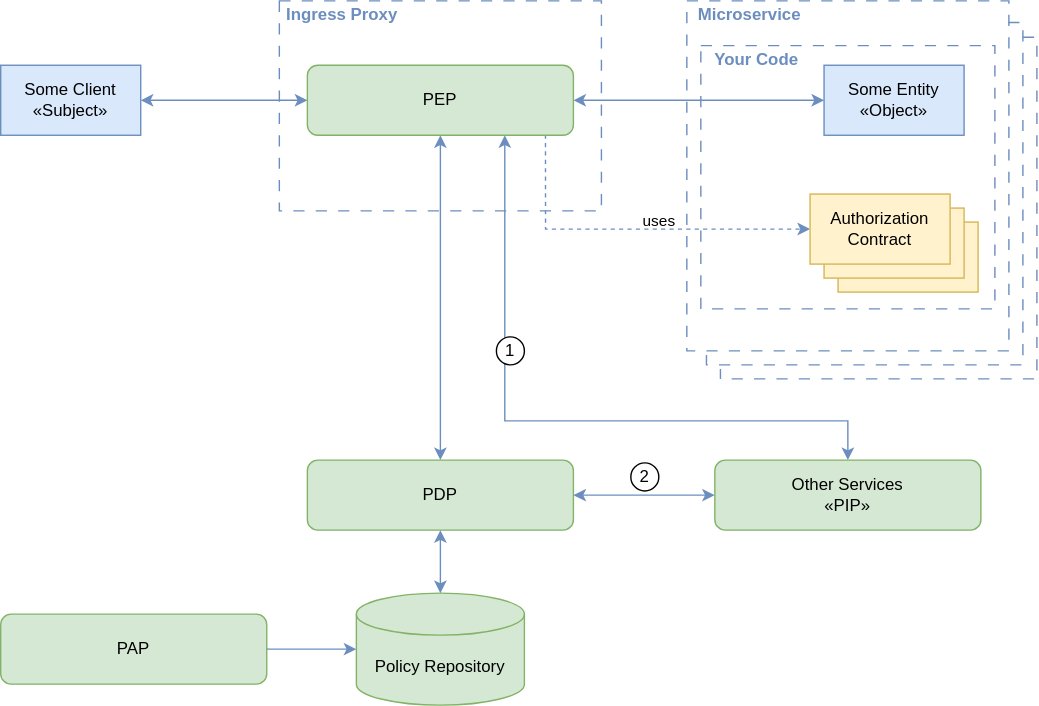
This is assets/Edge_Level_Authorization_Modern.svg from dadrus/CheatSheetSeries, a draw.io export, as it was before one commit. Source tidied: cells renumbered, new cells last; positions are measured from the earlier drawing's top-left corner, leaving out a move shared by most shapes.
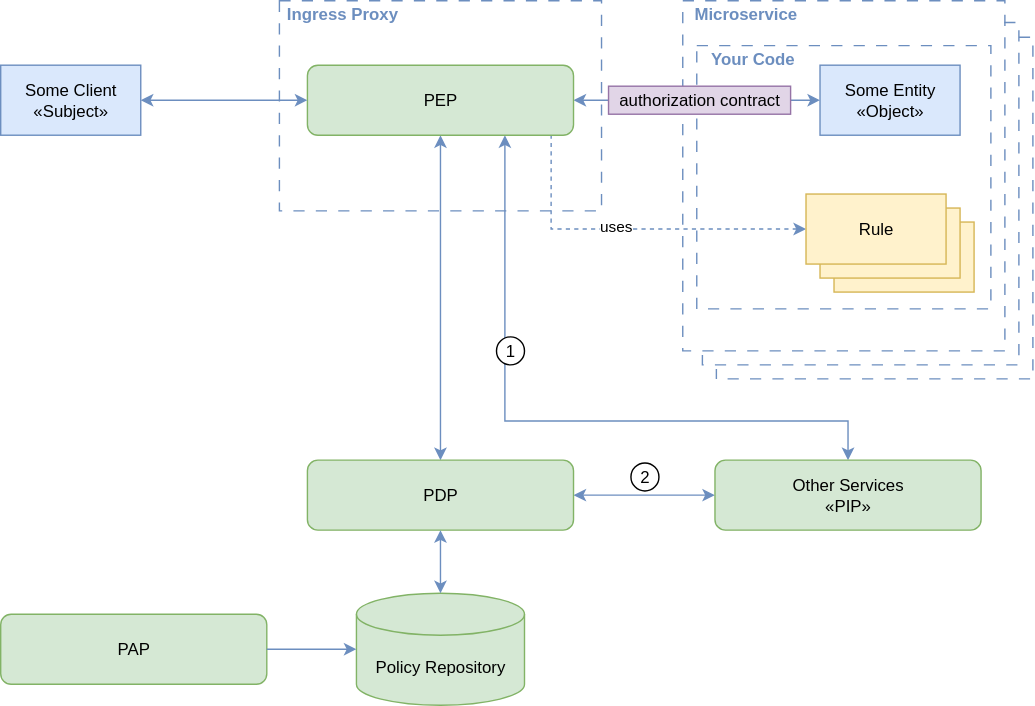
The same file after the commit.

Commit message:
diagram for edge-level authz modern updated

Change to the diagram source:
```diff
@@ -4,38 +4,38 @@
     <mxCell id="1" parent="0" />
     <mxCell id="2" style="edgeStyle=orthogonalEdgeStyle;rounded=0;orthogonalLoop=1;jettySize=auto;html=1;entryX=0.061;entryY=1.012;entryDx=0;entryDy=0;entryPerimeter=0;exitX=0.998;exitY=0.062;exitDx=0;exitDy=0;exitPerimeter=0;endArrow=none;startFill=0;fillColor=#dae8fc;strokeColor=#6c8ebf;dashed=1;dashPattern=8 8;" parent="1" edge="1">
       <mxGeometry relative="1" as="geometry">
-        <mxPoint x="730" y="26" as="sourcePoint" />
-        <mxPoint x="514" y="263" as="targetPoint" />
+        <mxPoint x="727" y="26" as="sourcePoint" />
+        <mxPoint x="511" y="263" as="targetPoint" />
         <Array as="points">
-          <mxPoint x="740" y="26" />
-          <mxPoint x="740" y="270" />
-          <mxPoint x="514" y="270" />
+          <mxPoint x="737" y="26" />
+          <mxPoint x="737" y="270" />
+          <mxPoint x="511" y="270" />
         </Array>
       </mxGeometry>
     </mxCell>
     <mxCell id="3" style="edgeStyle=orthogonalEdgeStyle;rounded=0;orthogonalLoop=1;jettySize=auto;html=1;entryX=0.061;entryY=1.012;entryDx=0;entryDy=0;entryPerimeter=0;exitX=0.998;exitY=0.062;exitDx=0;exitDy=0;exitPerimeter=0;endArrow=none;startFill=0;fillColor=#dae8fc;strokeColor=#6c8ebf;dashed=1;dashPattern=8 8;" parent="1" edge="1" source="4" target="4">
       <mxGeometry relative="1" as="geometry">
         <Array as="points">
-          <mxPoint x="730" y="16" />
-          <mxPoint x="730" y="260" />
-          <mxPoint x="504" y="260" />
+          <mxPoint x="727" y="16" />
+          <mxPoint x="727" y="260" />
+          <mxPoint x="501" y="260" />
         </Array>
       </mxGeometry>
     </mxCell>
     <mxCell id="4" style="rounded=0;whiteSpace=wrap;html=1;fillColor=none;strokeColor=#6c8ebf;dashed=1;dashPattern=8 8;" parent="1" vertex="1">
-      <mxGeometry x="490" width="230" height="250" as="geometry" />
+      <mxGeometry x="487" width="230" height="250" as="geometry" />
     </mxCell>
     <mxCell id="5" style="rounded=0;whiteSpace=wrap;html=1;fillColor=none;strokeColor=#6c8ebf;dashed=1;dashPattern=8 8;" parent="1" vertex="1">
-      <mxGeometry x="500" y="32" width="210" height="188" as="geometry" />
+      <mxGeometry x="497" y="32" width="210" height="188" as="geometry" />
     </mxCell>
     <mxCell id="6" style="rounded=0;whiteSpace=wrap;html=1;fillColor=none;strokeColor=#6c8ebf;dashed=1;dashPattern=8 8;" parent="1" vertex="1">
       <mxGeometry x="199" width="230" height="150" as="geometry" />
     </mxCell>
     <mxCell id="7" value="Authorization Contract" style="rounded=0;whiteSpace=wrap;html=1;fillColor=#fff2cc;strokeColor=#d6b656;" parent="1" vertex="1">
-      <mxGeometry x="598" y="158" width="100" height="50" as="geometry" />
+      <mxGeometry x="595" y="158" width="100" height="50" as="geometry" />
     </mxCell>
     <mxCell id="8" value="Authorization Contract" style="rounded=0;whiteSpace=wrap;html=1;fillColor=#fff2cc;strokeColor=#d6b656;" parent="1" vertex="1">
-      <mxGeometry x="588" y="148" width="100" height="50" as="geometry" />
+      <mxGeometry x="585" y="148" width="100" height="50" as="geometry" />
     </mxCell>
     <mxCell id="9" style="edgeStyle=orthogonalEdgeStyle;rounded=0;jettySize=auto;html=1;entryX=0.5;entryY=0;entryDx=0;entryDy=0;startArrow=classic;startFill=1;fillColor=#dae8fc;strokeColor=#6c8ebf;" parent="1" edge="1" source="14" target="19">
       <mxGeometry relative="1" as="geometry" />
@@ -43,12 +43,12 @@
     <mxCell id="10" style="edgeStyle=orthogonalEdgeStyle;rounded=0;jettySize=auto;html=1;entryX=0;entryY=0.5;entryDx=0;entryDy=0;startArrow=classic;startFill=1;fillColor=#dae8fc;strokeColor=#6c8ebf;" parent="1" edge="1" source="14" target="17">
       <mxGeometry relative="1" as="geometry" />
     </mxCell>
-    <mxCell id="11" style="edgeStyle=orthogonalEdgeStyle;rounded=0;jettySize=auto;html=1;entryX=0;entryY=0.5;entryDx=0;entryDy=0;exitX=0.895;exitY=0.99;exitDx=0;exitDy=0;dashed=1;fillColor=#dae8fc;strokeColor=#6c8ebf;exitPerimeter=0;" parent="1" edge="1" source="14" target="28">
+    <mxCell id="11" style="edgeStyle=orthogonalEdgeStyle;rounded=0;jettySize=auto;html=1;entryX=0;entryY=0.5;entryDx=0;entryDy=0;exitX=0.916;exitY=0.99;exitDx=0;exitDy=0;dashed=1;fillColor=#dae8fc;strokeColor=#6c8ebf;exitPerimeter=0;" parent="1" edge="1" source="14" target="28">
       <mxGeometry relative="1" as="geometry" />
     </mxCell>
-    <mxCell id="12" value="uses" style="edgeLabel;html=1;align=center;verticalAlign=middle;labelBackgroundColor=none;" parent="11" vertex="1">
-      <mxGeometry x="-0.38" y="2" relative="1" as="geometry">
-        <mxPoint x="68" y="-5" as="offset" />
+    <mxCell id="12" value="uses" style="edgeLabel;html=1;align=center;verticalAlign=middle;" parent="11" vertex="1">
+      <mxGeometry x="-0.1" y="3" relative="1" as="geometry">
+        <mxPoint x="1" as="offset" />
       </mxGeometry>
     </mxCell>
     <mxCell id="13" style="edgeStyle=orthogonalEdgeStyle;rounded=0;jettySize=auto;html=1;startArrow=classic;startFill=1;fillColor=#dae8fc;strokeColor=#6c8ebf;" parent="1" edge="1" source="14" target="24">
@@ -69,7 +69,7 @@
       <mxGeometry y="46" width="100" height="50" as="geometry" />
     </mxCell>
     <mxCell id="17" value="Some Entity&lt;br&gt;«Object»" style="rounded=0;whiteSpace=wrap;html=1;fillColor=#dae8fc;strokeColor=#6c8ebf;" parent="1" vertex="1">
-      <mxGeometry x="588" y="46" width="100" height="50" as="geometry" />
+      <mxGeometry x="585" y="46" width="100" height="50" as="geometry" />
     </mxCell>
     <mxCell id="18" style="edgeStyle=orthogonalEdgeStyle;rounded=0;jettySize=auto;html=1;entryX=0;entryY=0.5;entryDx=0;entryDy=0;startArrow=classic;startFill=1;fillColor=#dae8fc;strokeColor=#6c8ebf;endArrow=classic;endFill=1;" parent="1" edge="1" source="19" target="24">
       <mxGeometry relative="1" as="geometry" />
@@ -87,13 +87,13 @@
       <mxGeometry relative="1" as="geometry" />
     </mxCell>
     <mxCell id="23" value="Microservice" style="text;html=1;align=center;verticalAlign=middle;whiteSpace=wrap;rounded=0;fillColor=none;fontColor=#6C8EBF;fontStyle=1;" parent="1" vertex="1">
-      <mxGeometry x="490" width="90" height="19" as="geometry" />
+      <mxGeometry x="487" width="90" height="19" as="geometry" />
     </mxCell>
     <mxCell id="24" value="&lt;div&gt;Other Services&lt;/div&gt;«PIP»" style="rounded=1;whiteSpace=wrap;html=1;fillColor=#d5e8d4;strokeColor=#82b366;" parent="1" vertex="1">
       <mxGeometry x="510" y="328" width="190" height="50" as="geometry" />
     </mxCell>
     <mxCell id="25" value="Your Code" style="text;html=1;align=center;verticalAlign=middle;whiteSpace=wrap;rounded=0;fillColor=none;fontColor=#6C8EBF;fontStyle=1;" parent="1" vertex="1">
-      <mxGeometry x="500" y="32" width="80" height="19" as="geometry" />
+      <mxGeometry x="497" y="32" width="80" height="19" as="geometry" />
     </mxCell>
     <mxCell id="26" style="edgeStyle=orthogonalEdgeStyle;rounded=0;jettySize=auto;html=1;entryX=0.5;entryY=0;entryDx=0;entryDy=0;entryPerimeter=0;startArrow=classic;startFill=1;fillColor=#dae8fc;strokeColor=#6c8ebf;" parent="1" edge="1" source="19" target="21">
       <mxGeometry relative="1" as="geometry" />
@@ -101,8 +101,8 @@
     <mxCell id="27" value="Ingress Proxy" style="text;html=1;align=center;verticalAlign=middle;whiteSpace=wrap;rounded=0;fillColor=none;fontColor=#6C8EBF;fontStyle=1;" parent="1" vertex="1">
       <mxGeometry x="199" width="90" height="19" as="geometry" />
     </mxCell>
-    <mxCell id="28" value="Authorization Contract" style="rounded=0;whiteSpace=wrap;html=1;fillColor=#fff2cc;strokeColor=#d6b656;" parent="1" vertex="1">
-      <mxGeometry x="578" y="138" width="100" height="50" as="geometry" />
+    <mxCell id="28" value="Rule" style="rounded=0;whiteSpace=wrap;html=1;fillColor=#fff2cc;strokeColor=#d6b656;" parent="1" vertex="1">
+      <mxGeometry x="575" y="138" width="100" height="50" as="geometry" />
     </mxCell>
     <mxCell id="29" value="1" style="ellipse;whiteSpace=wrap;html=1;" parent="1" vertex="1">
       <mxGeometry x="354" y="240" width="20" height="20" as="geometry" />
@@ -110,5 +110,8 @@
     <mxCell id="30" value="2" style="ellipse;whiteSpace=wrap;html=1;" parent="1" vertex="1">
       <mxGeometry x="450" y="330" width="20" height="20" as="geometry" />
     </mxCell>
+    <mxCell id="31" value="authorization contract" style="rounded=0;whiteSpace=wrap;html=1;fillColor=#e1d5e7;strokeColor=#9673a6;" parent="1" vertex="1">
+      <mxGeometry x="434" y="61" width="130" height="20" as="geometry" />
+    </mxCell>
   </root>
 </mxGraphModel>
```
